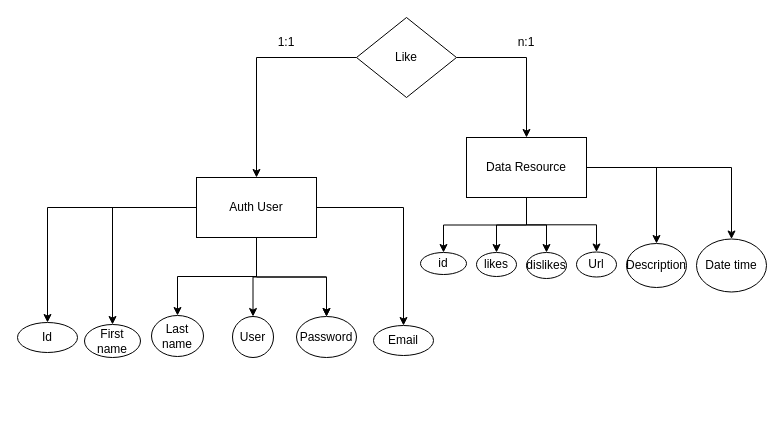
Earlier version of the draw.io diagram Diagrama sin título.drawio (Rich1308/Proyecto-Fashion-like). Source tidied: cells renumbered, new cells numbered last; positions are measured from the earlier drawing's top-left corner, leaving out a move shared by most shapes. Both pictures are drawn from the tidied source at 100%, with x=0, y=0 at pixel (17, 17).
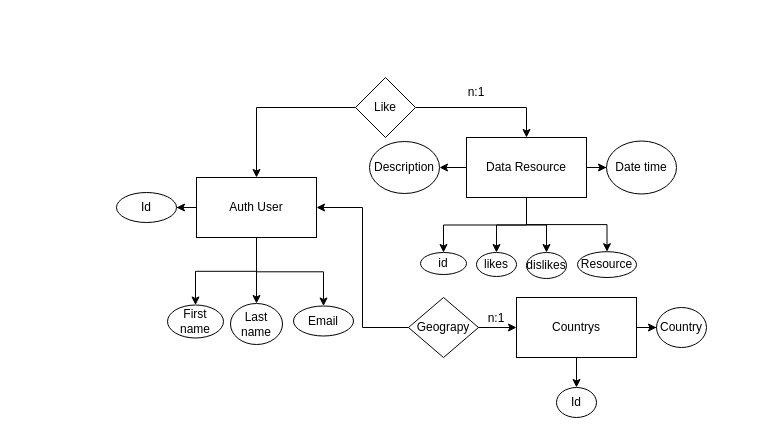
Above is the later version.

Unchanged cells that the change refers to:
```xml
<mxCell id="9" value="Auth User" style="rounded=0;whiteSpace=wrap;html=1;" parent="1" vertex="1">
  <mxGeometry x="179" y="160" width="120" height="60" as="geometry" />
</mxCell>
<mxCell id="19" value="Data Resource" style="rounded=0;whiteSpace=wrap;html=1;" parent="1" vertex="1">
  <mxGeometry x="449" y="120" width="120" height="60" as="geometry" />
</mxCell>
```

Change to the diagram source:
```diff
@@
-    <mxCell id="2" style="edgeStyle=orthogonalEdgeStyle;rounded=0;jettySize=auto;html=1;" parent="1" edge="1" source="9" target="10">
-      <mxGeometry relative="1" as="geometry" />
-    </mxCell>
-    <mxCell id="3" style="edgeStyle=orthogonalEdgeStyle;rounded=0;jettySize=auto;html=1;" parent="1" edge="1" source="9" target="10">
-      <mxGeometry relative="1" as="geometry" />
-    </mxCell>
-    <mxCell id="4" style="edgeStyle=orthogonalEdgeStyle;rounded=0;jettySize=auto;html=1;" parent="1" edge="1" source="9" target="11">
-      <mxGeometry relative="1" as="geometry" />
-    </mxCell>
@@
-    <mxCell id="10" value="Password" style="ellipse;whiteSpace=wrap;html=1;" parent="1" vertex="1">
-      <mxGeometry x="279" y="299" width="60" height="41" as="geometry" />
-    </mxCell>
-    <mxCell id="11" value="User" style="ellipse;whiteSpace=wrap;html=1;" parent="1" vertex="1">
-      <mxGeometry x="215" y="299" width="41" height="41" as="geometry" />
-    </mxCell>
     <mxCell id="12" value="Id" style="ellipse;whiteSpace=wrap;html=1;" parent="1" vertex="1">
-      <mxGeometry y="305" width="60" height="30" as="geometry" />
+      <mxGeometry x="99" y="175" width="60" height="30" as="geometry" />
     </mxCell>
@@
-    <mxCell id="18" style="edgeStyle=orthogonalEdgeStyle;rounded=0;jettySize=auto;html=1;entryX=0.5;entryY=0;entryDx=0;entryDy=0;" parent="1" edge="1" source="19" target="33">
+    <mxCell id="18" style="edgeStyle=orthogonalEdgeStyle;rounded=0;jettySize=auto;html=1;entryX=0;entryY=0.5;entryDx=0;entryDy=0;" parent="1" edge="1" source="19" target="33">
       <mxGeometry relative="1" as="geometry" />
     </mxCell>
@@
-    <mxCell id="23" value="Url" style="ellipse;whiteSpace=wrap;html=1;" parent="1" vertex="1">
-      <mxGeometry x="559" y="234.5" width="40" height="25" as="geometry" />
+    <mxCell id="23" value="Resource" style="ellipse;whiteSpace=wrap;html=1;" parent="1" vertex="1">
+      <mxGeometry x="560" y="234.2" width="59" height="25.8" as="geometry" />
     </mxCell>
@@
     <mxCell id="26" value="Like" style="rhombus;whiteSpace=wrap;html=1;" parent="1" vertex="1">
-      <mxGeometry x="339" width="100" height="80" as="geometry" />
+      <mxGeometry x="338" y="60" width="60" height="60" as="geometry" />
     </mxCell>
     <mxCell id="27" value="n:1" style="text;html=1;strokeColor=none;fillColor=none;align=center;verticalAlign=middle;whiteSpace=wrap;rounded=0;" parent="1" vertex="1">
-      <mxGeometry x="479" y="10" width="60" height="30" as="geometry" />
+      <mxGeometry x="429" y="60" width="60" height="30" as="geometry" />
     </mxCell>
-    <mxCell id="28" value="1:1" style="text;html=1;strokeColor=none;fillColor=none;align=center;verticalAlign=middle;whiteSpace=wrap;rounded=0;" parent="1" vertex="1">
-      <mxGeometry x="239" y="10" width="60" height="30" as="geometry" />
-    </mxCell>
     <mxCell id="29" value="Last name" style="ellipse;whiteSpace=wrap;html=1;" parent="1" vertex="1">
-      <mxGeometry x="134" y="298" width="52" height="41" as="geometry" />
+      <mxGeometry x="213" y="286" width="52" height="41" as="geometry" />
     </mxCell>
     <mxCell id="30" value="First name" style="ellipse;whiteSpace=wrap;html=1;" parent="1" vertex="1">
-      <mxGeometry x="67" y="307" width="56" height="33" as="geometry" />
+      <mxGeometry x="150" y="287.5" width="56" height="33" as="geometry" />
     </mxCell>
     <mxCell id="31" value="Email" style="ellipse;whiteSpace=wrap;html=1;" parent="1" vertex="1">
-      <mxGeometry x="356" y="308" width="60" height="30" as="geometry" />
+      <mxGeometry x="276" y="288.5" width="60" height="30" as="geometry" />
     </mxCell>
     <mxCell id="32" value="Description" style="ellipse;whiteSpace=wrap;html=1;" parent="1" vertex="1">
-      <mxGeometry x="609" y="226" width="60" height="44" as="geometry" />
+      <mxGeometry x="352" y="124" width="70" height="52" as="geometry" />
     </mxCell>
     <mxCell id="33" value="Date time" style="ellipse;whiteSpace=wrap;html=1;" parent="1" vertex="1">
-      <mxGeometry x="679" y="221.5" width="70" height="53" as="geometry" />
+      <mxGeometry x="589" y="123.5" width="70" height="53" as="geometry" />
     </mxCell>
+    <mxCell id="34" style="edgeStyle=orthogonalEdgeStyle;rounded=0;jettySize=auto;html=1;entryX=1;entryY=0.5;entryDx=0;entryDy=0;" parent="1" edge="1" source="36" target="9">
+      <mxGeometry relative="1" as="geometry" />
+    </mxCell>
+    <mxCell id="35" style="edgeStyle=orthogonalEdgeStyle;rounded=0;jettySize=auto;html=1;" parent="1" edge="1" source="36" target="39">
+      <mxGeometry relative="1" as="geometry" />
+    </mxCell>
+    <mxCell id="36" value="Geograpy" style="rhombus;whiteSpace=wrap;html=1;" parent="1" vertex="1">
+      <mxGeometry x="391" y="280" width="70" height="60" as="geometry" />
+    </mxCell>
+    <mxCell id="37" style="edgeStyle=orthogonalEdgeStyle;rounded=0;jettySize=auto;html=1;" parent="1" edge="1" source="39" target="40">
+      <mxGeometry relative="1" as="geometry" />
+    </mxCell>
+    <mxCell id="38" style="edgeStyle=orthogonalEdgeStyle;rounded=0;jettySize=auto;html=1;" parent="1" edge="1" source="39" target="41">
+      <mxGeometry relative="1" as="geometry" />
+    </mxCell>
+    <mxCell id="39" value="Countrys" style="rounded=0;whiteSpace=wrap;html=1;" parent="1" vertex="1">
+      <mxGeometry x="499" y="280" width="120" height="60" as="geometry" />
+    </mxCell>
+    <mxCell id="40" value="Id" style="ellipse;whiteSpace=wrap;html=1;" parent="1" vertex="1">
+      <mxGeometry x="539" y="370" width="40" height="30" as="geometry" />
+    </mxCell>
+    <mxCell id="41" value="Country" style="ellipse;whiteSpace=wrap;html=1;" parent="1" vertex="1">
+      <mxGeometry x="639" y="290" width="50" height="40" as="geometry" />
+    </mxCell>
+    <mxCell id="42" value="n:1" style="text;html=1;strokeColor=none;fillColor=none;align=center;verticalAlign=middle;whiteSpace=wrap;rounded=0;" parent="1" vertex="1">
+      <mxGeometry x="449" y="286" width="60" height="30" as="geometry" />
+    </mxCell>
```
